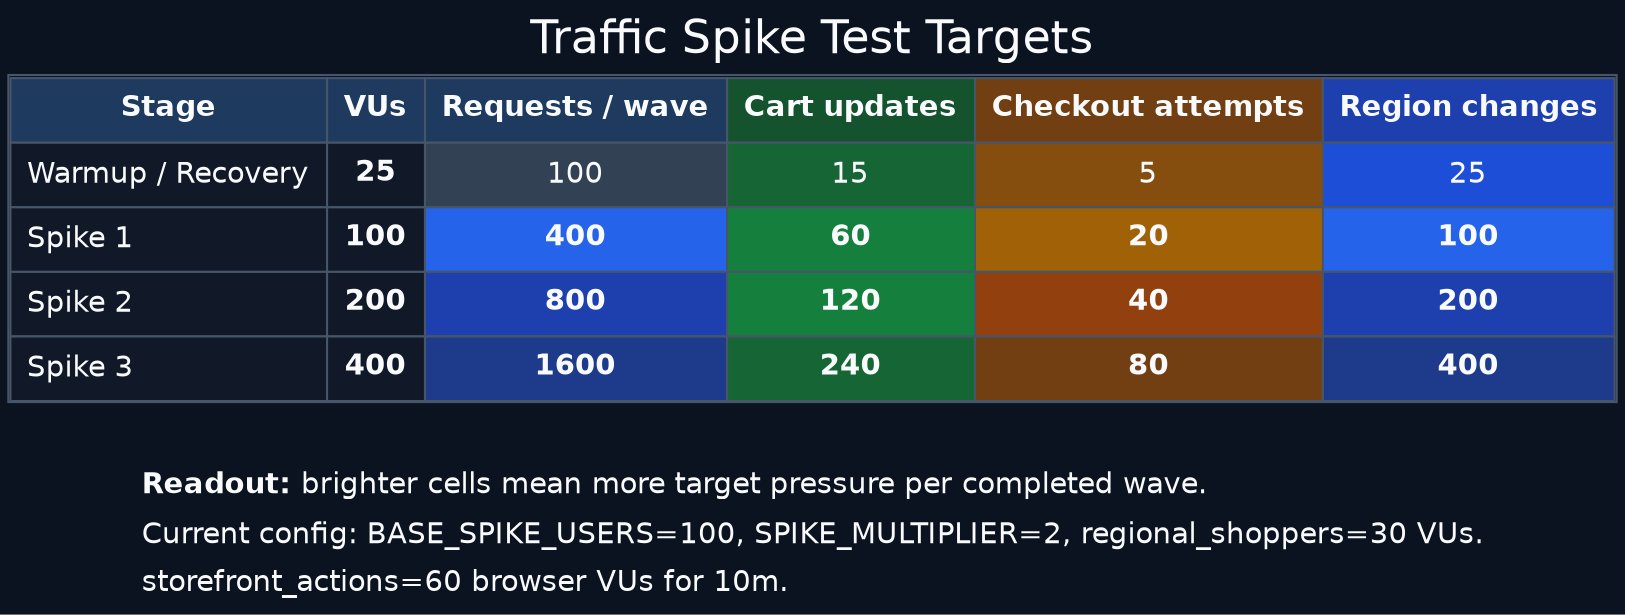
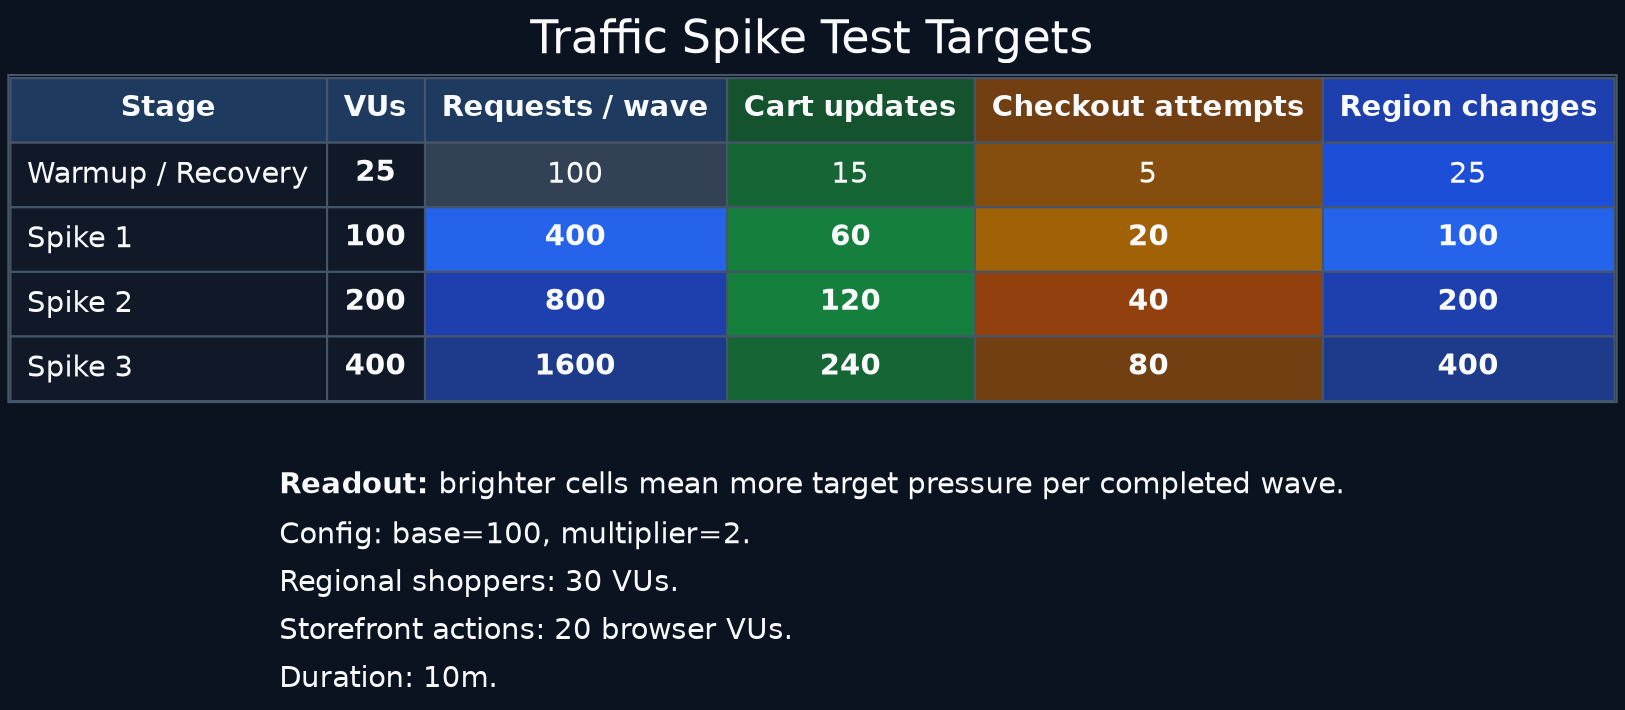
digraph traffic_spike_target_heatmap_dark {
  graph [rankdir=TB, labelloc=t, label="Traffic Spike Test Targets", bgcolor="#0b1220", fontcolor="#f8fafc", fontsize=22, fontname="Helvetica", nodesep=0.35, ranksep=0.4];
  node [shape=plain, fontname="Helvetica", fontcolor="#f8fafc"];
  edge [style=invis];

  target_heatmap [label=<
    <TABLE BORDER="1" CELLBORDER="1" CELLSPACING="0" CELLPADDING="7" COLOR="#475569">
      <TR><TD BGCOLOR="#1e3a5f"><FONT COLOR="#f8fafc"><B>Stage</B></FONT></TD><TD BGCOLOR="#1e3a5f"><FONT COLOR="#f8fafc"><B>VUs</B></FONT></TD><TD BGCOLOR="#1e3a5f"><FONT COLOR="#f8fafc"><B>Requests / wave</B></FONT></TD><TD BGCOLOR="#14532d"><FONT COLOR="#f8fafc"><B>Cart updates</B></FONT></TD><TD BGCOLOR="#713f12"><FONT COLOR="#f8fafc"><B>Checkout attempts</B></FONT></TD><TD BGCOLOR="#1e40af"><FONT COLOR="#f8fafc"><B>Region changes</B></FONT></TD></TR>
      <TR><TD ALIGN="LEFT" BGCOLOR="#111827"><FONT COLOR="#f8fafc">Warmup / Recovery</FONT></TD><TD BGCOLOR="#111827"><FONT COLOR="#f8fafc"><B>25</B></FONT></TD><TD BGCOLOR="#334155"><FONT COLOR="#f8fafc">100</FONT></TD><TD BGCOLOR="#166534"><FONT COLOR="#f8fafc">15</FONT></TD><TD BGCOLOR="#854d0e"><FONT COLOR="#f8fafc">5</FONT></TD><TD BGCOLOR="#1d4ed8"><FONT COLOR="#f8fafc">25</FONT></TD></TR>
      <TR><TD ALIGN="LEFT" BGCOLOR="#111827"><FONT COLOR="#f8fafc">Spike 1</FONT></TD><TD BGCOLOR="#111827"><FONT COLOR="#f8fafc"><B>100</B></FONT></TD><TD BGCOLOR="#2563eb"><FONT COLOR="#f8fafc"><B>400</B></FONT></TD><TD BGCOLOR="#15803d"><FONT COLOR="#f8fafc"><B>60</B></FONT></TD><TD BGCOLOR="#a16207"><FONT COLOR="#f8fafc"><B>20</B></FONT></TD><TD BGCOLOR="#2563eb"><FONT COLOR="#f8fafc"><B>100</B></FONT></TD></TR>
      <TR><TD ALIGN="LEFT" BGCOLOR="#111827"><FONT COLOR="#f8fafc">Spike 2</FONT></TD><TD BGCOLOR="#111827"><FONT COLOR="#f8fafc"><B>200</B></FONT></TD><TD BGCOLOR="#1e40af"><FONT COLOR="#f8fafc"><B>800</B></FONT></TD><TD BGCOLOR="#15803d"><FONT COLOR="#f8fafc"><B>120</B></FONT></TD><TD BGCOLOR="#92400e"><FONT COLOR="#f8fafc"><B>40</B></FONT></TD><TD BGCOLOR="#1e40af"><FONT COLOR="#f8fafc"><B>200</B></FONT></TD></TR>
      <TR><TD ALIGN="LEFT" BGCOLOR="#111827"><FONT COLOR="#f8fafc">Spike 3</FONT></TD><TD BGCOLOR="#111827"><FONT COLOR="#f8fafc"><B>400</B></FONT></TD><TD BGCOLOR="#1e3a8a"><FONT COLOR="#f8fafc"><B>1600</B></FONT></TD><TD BGCOLOR="#166534"><FONT COLOR="#f8fafc"><B>240</B></FONT></TD><TD BGCOLOR="#713f12"><FONT COLOR="#f8fafc"><B>80</B></FONT></TD><TD BGCOLOR="#1e3a8a"><FONT COLOR="#f8fafc"><B>400</B></FONT></TD></TR>
    </TABLE>
  >];

  target_note [label=<
    <TABLE BORDER="0" CELLBORDER="0" CELLSPACING="0" CELLPADDING="4">
      <TR><TD ALIGN="LEFT"><FONT COLOR="#f8fafc"><B>Readout:</B> brighter cells mean more target pressure per completed wave.</FONT></TD></TR>
-       <TR><TD ALIGN="LEFT"><FONT COLOR="#f8fafc">Current config: BASE_SPIKE_USERS=100, SPIKE_MULTIPLIER=2, regional_shoppers=30 VUs.</FONT></TD></TR>
-       <TR><TD ALIGN="LEFT"><FONT COLOR="#f8fafc">storefront_actions=60 browser VUs for 10m.</FONT></TD></TR>
+       <TR><TD ALIGN="LEFT"><FONT COLOR="#f8fafc">Config: base=100, multiplier=2.</FONT></TD></TR>
+       <TR><TD ALIGN="LEFT"><FONT COLOR="#f8fafc">Regional shoppers: 30 VUs.</FONT></TD></TR>
+       <TR><TD ALIGN="LEFT"><FONT COLOR="#f8fafc">Storefront actions: 20 browser VUs.</FONT></TD></TR>
+       <TR><TD ALIGN="LEFT"><FONT COLOR="#f8fafc">Duration: 10m.</FONT></TD></TR>
    </TABLE>
  >];

  target_heatmap -> target_note;
}
